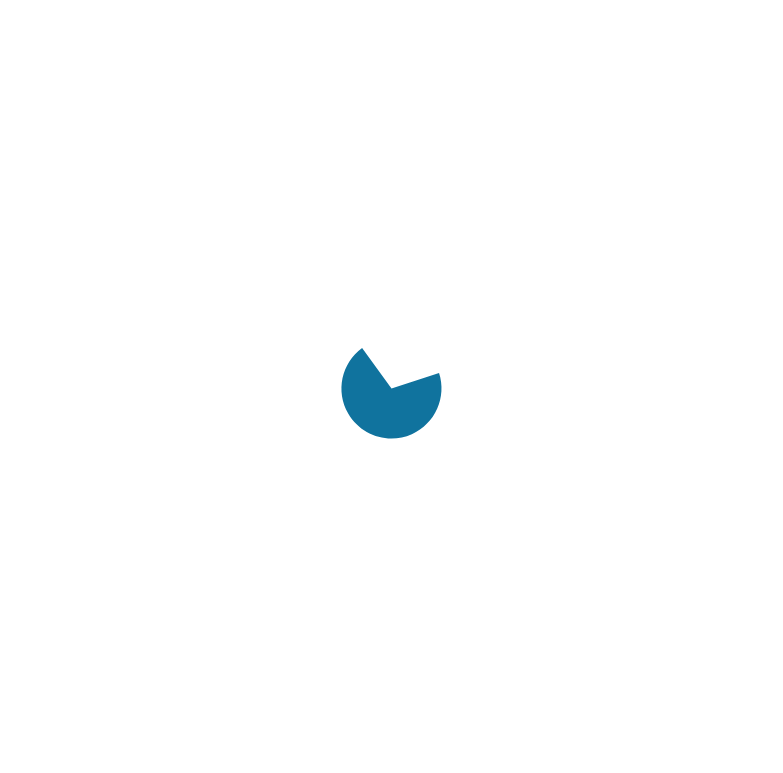
ink-ru/arch keeps this draw.io diagram as Products.drawio. Above is the earlier version. Source tidied: cells renumbered, new cells numbered last; positions are measured from the earlier drawing's top-left corner, leaving out a move shared by most shapes. Both pictures are drawn from the tidied source at 100%, with x=0, y=0 at pixel (341, 338).
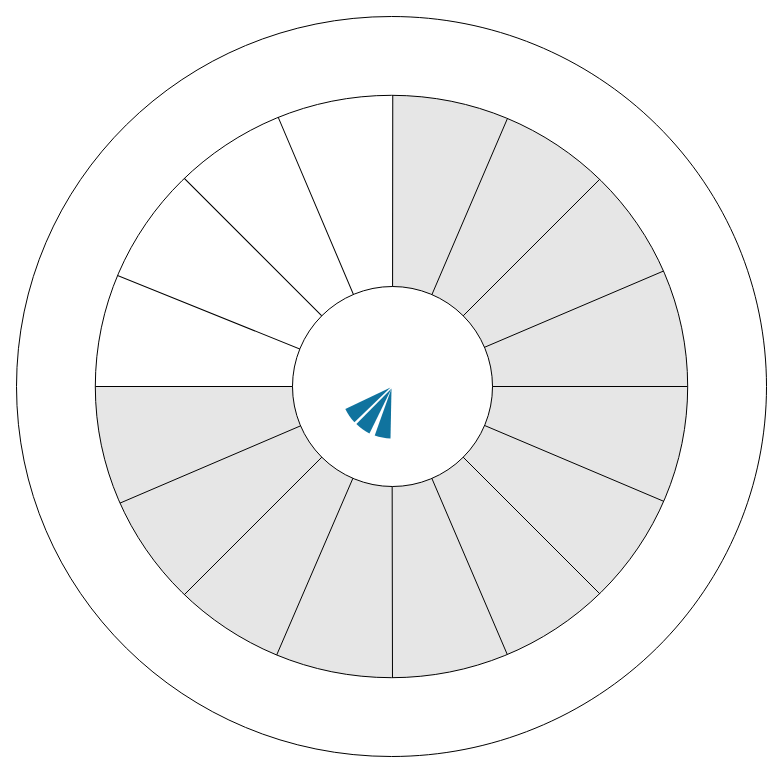
After the change.

What changed in the source:
```diff
@@
+    <mxCell id="3" style="ellipse;whiteSpace=wrap;html=1;fillColor=#E6E6E6;" parent="1" vertex="1">
+      <mxGeometry x="-254" y="-257" width="610" height="610" as="geometry" />
+    </mxCell>
+    <mxCell id="4" style="endArrow=none;html=1;rounded=0;exitX=0.5;exitY=1;exitDx=0;exitDy=0;" parent="1" edge="1" source="3">
+      <mxGeometry relative="1" as="geometry">
+        <mxPoint x="50.5" y="48" as="targetPoint" />
+      </mxGeometry>
+    </mxCell>
+    <mxCell id="5" style="endArrow=none;html=1;rounded=0;exitX=1;exitY=0.5;exitDx=0;exitDy=0;" parent="1" edge="1" source="3">
+      <mxGeometry relative="1" as="geometry">
+        <mxPoint x="51" y="48" as="targetPoint" />
+      </mxGeometry>
+    </mxCell>
+    <mxCell id="6" style="endArrow=none;html=1;rounded=0;exitX=1;exitY=1;exitDx=0;exitDy=0;" parent="1" edge="1" source="3">
+      <mxGeometry relative="1" as="geometry">
+        <mxPoint x="51" y="48" as="targetPoint" />
+      </mxGeometry>
+    </mxCell>
+    <mxCell id="7" style="endArrow=none;html=1;rounded=0;exitX=0.963;exitY=0.696;exitDx=0;exitDy=0;exitPerimeter=0;" parent="1" edge="1" source="3">
+      <mxGeometry relative="1" as="geometry">
+        <mxPoint x="51" y="48" as="targetPoint" />
+      </mxGeometry>
+    </mxCell>
+    <mxCell id="8" style="endArrow=none;html=1;rounded=0;exitX=0.697;exitY=0.96;exitDx=0;exitDy=0;exitPerimeter=0;" parent="1" edge="1" source="3">
+      <mxGeometry relative="1" as="geometry">
+        <mxPoint x="51" y="48" as="targetPoint" />
+      </mxGeometry>
+    </mxCell>
+    <mxCell id="9" style="endArrow=none;html=1;rounded=0;exitX=0;exitY=0.5;exitDx=0;exitDy=0;" parent="1" edge="1" source="3">
+      <mxGeometry relative="1" as="geometry">
+        <mxPoint x="51" y="48" as="targetPoint" />
+      </mxGeometry>
+    </mxCell>
+    <mxCell id="10" style="endArrow=none;html=1;rounded=0;exitX=0;exitY=1;exitDx=0;exitDy=0;" parent="1" edge="1" source="3">
+      <mxGeometry relative="1" as="geometry">
+        <mxPoint x="51" y="48" as="targetPoint" />
+      </mxGeometry>
+    </mxCell>
+    <mxCell id="11" style="endArrow=none;html=1;rounded=0;exitX=0.302;exitY=0.959;exitDx=0;exitDy=0;exitPerimeter=0;" parent="1" edge="1" source="3">
+      <mxGeometry relative="1" as="geometry">
+        <mxPoint x="51" y="48" as="targetPoint" />
+      </mxGeometry>
+    </mxCell>
+    <mxCell id="12" style="endArrow=none;html=1;rounded=0;exitX=0.042;exitY=0.696;exitDx=0;exitDy=0;exitPerimeter=0;" parent="1" edge="1" source="3">
+      <mxGeometry relative="1" as="geometry">
+        <mxPoint x="51" y="48" as="targetPoint" />
+      </mxGeometry>
+    </mxCell>
+    <mxCell id="13" style="endArrow=none;html=1;rounded=0;exitX=0.5;exitY=1;exitDx=0;exitDy=0;" parent="1" edge="1">
+      <mxGeometry relative="1" as="geometry">
+        <mxPoint x="51" y="48" as="sourcePoint" />
+        <mxPoint x="50.5" y="-257" as="targetPoint" />
+      </mxGeometry>
+    </mxCell>
+    <mxCell id="14" style="endArrow=none;html=1;rounded=0;entryX=0;entryY=0;entryDx=0;entryDy=0;" parent="1" edge="1" target="3">
+      <mxGeometry relative="1" as="geometry">
+        <mxPoint x="51" y="48" as="sourcePoint" />
+      </mxGeometry>
+    </mxCell>
+    <mxCell id="15" style="endArrow=none;html=1;rounded=0;entryX=1;entryY=0;entryDx=0;entryDy=0;" parent="1" edge="1" target="3">
+      <mxGeometry relative="1" as="geometry">
+        <mxPoint x="51" y="48" as="sourcePoint" />
+      </mxGeometry>
+    </mxCell>
+    <mxCell id="16" style="endArrow=none;html=1;rounded=0;entryX=0.301;entryY=0.039;entryDx=0;entryDy=0;entryPerimeter=0;" parent="1" edge="1" target="3">
+      <mxGeometry relative="1" as="geometry">
+        <mxPoint x="51" y="48" as="sourcePoint" />
+      </mxGeometry>
+    </mxCell>
+    <mxCell id="17" style="endArrow=none;html=1;rounded=0;entryX=0.696;entryY=0.043;entryDx=0;entryDy=0;entryPerimeter=0;" parent="1" edge="1" target="3">
+      <mxGeometry relative="1" as="geometry">
+        <mxPoint x="51" y="48" as="sourcePoint" />
+      </mxGeometry>
+    </mxCell>
+    <mxCell id="18" style="endArrow=none;html=1;rounded=0;exitX=0.042;exitY=0.305;exitDx=0;exitDy=0;exitPerimeter=0;" parent="1" edge="1" source="3">
+      <mxGeometry relative="1" as="geometry">
+        <mxPoint x="51" y="48" as="targetPoint" />
+      </mxGeometry>
+    </mxCell>
+    <mxCell id="19" style="endArrow=none;html=1;rounded=0;entryX=0.96;entryY=0.304;entryDx=0;entryDy=0;entryPerimeter=0;" parent="1" edge="1" target="3">
+      <mxGeometry relative="1" as="geometry">
+        <mxPoint x="51" y="48" as="sourcePoint" />
+      </mxGeometry>
+    </mxCell>
+    <mxCell id="20" style="verticalLabelPosition=bottom;verticalAlign=top;html=1;shape=mxgraph.basic.pie;startAngle=0.75;endAngle=0.8140313914346473;" parent="1" vertex="1">
+      <mxGeometry x="-255" y="-258" width="612" height="612" as="geometry" />
+    </mxCell>
+    <mxCell id="21" style="verticalLabelPosition=bottom;verticalAlign=top;html=1;shape=mxgraph.basic.pie;startAngle=0.75;endAngle=0.8140313914346473;rotation=22;" parent="1" vertex="1">
+      <mxGeometry x="-255" y="-258" width="612" height="612" as="geometry" />
+    </mxCell>
+    <mxCell id="22" style="verticalLabelPosition=bottom;verticalAlign=top;html=1;shape=mxgraph.basic.pie;startAngle=0.75;endAngle=0.8140313914346473;rotation=45;" parent="1" vertex="1">
+      <mxGeometry x="-255" y="-258" width="612" height="612" as="geometry" />
+    </mxCell>
+    <mxCell id="23" style="verticalLabelPosition=bottom;verticalAlign=top;html=1;shape=mxgraph.basic.pie;startAngle=0.75;endAngle=0.8140313914346473;rotation=67;" parent="1" vertex="1">
+      <mxGeometry x="-255" y="-258" width="612" height="612" as="geometry" />
+    </mxCell>
+    <mxCell id="24" style="verticalLabelPosition=bottom;verticalAlign=top;html=1;shape=mxgraph.basic.donut;dx=78.81;" parent="1" vertex="1">
+      <mxGeometry x="-325" y="-322" width="750" height="740" as="geometry" />
+    </mxCell>
+    <mxCell id="25" style="ellipse;whiteSpace=wrap;html=1;" parent="1" vertex="1">
+      <mxGeometry x="-49" y="-52" width="200" height="200" as="geometry" />
+    </mxCell>
-    <mxCell id="2" style="verticalLabelPosition=bottom;verticalAlign=top;html=1;shape=mxgraph.basic.pie;fillColor=#10739E;strokeColor=none;startAngle=0.2;endAngle=0.9;" parent="1" vertex="1">
+    <mxCell id="2" style="verticalLabelPosition=bottom;verticalAlign=top;html=1;shape=mxgraph.basic.pie;fillColor=#10739E;strokeColor=none;startAngle=0.600359567064558;endAngle=0.6517368004336775;rotation=-35;" parent="1" vertex="1">
       <mxGeometry width="100" height="100" as="geometry" />
     </mxCell>
+    <mxCell id="26" style="verticalLabelPosition=bottom;verticalAlign=top;html=1;shape=mxgraph.basic.pie;fillColor=#10739E;strokeColor=none;startAngle=0.600359567064558;endAngle=0.6517368004336775;rotation=10;" parent="1" vertex="1">
+      <mxGeometry x="-1" y="-1" width="100" height="100" as="geometry" />
+    </mxCell>
+    <mxCell id="27" style="verticalLabelPosition=bottom;verticalAlign=top;html=1;shape=mxgraph.basic.pie;fillColor=#10739E;strokeColor=none;startAngle=0.600359567064558;endAngle=0.6517368004336775;rotation=-10;" parent="1" vertex="1">
+      <mxGeometry width="100" height="100" as="geometry" />
+    </mxCell>
```
